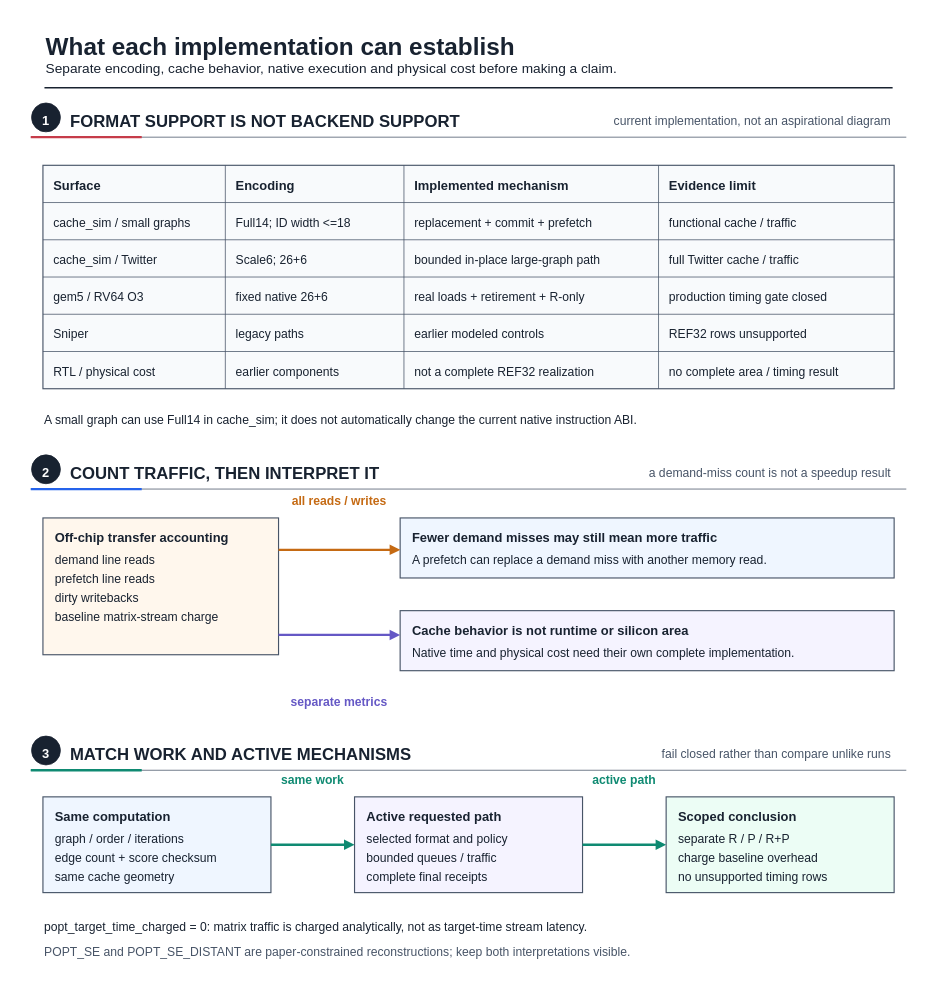
Before: fig/wiki_src/evaluation-methodology/evaluation-methodology-f01-evidence-boundary.drawio in UVA-LavaLab/ECG_GrAPL, a draw.io diagram. Source tidied: cells renumbered, new cells numbered last; positions are measured from the earlier drawing's top-left corner, leaving out a move shared by most shapes. Both pictures are drawn from the tidied source at 76%, with x=0, y=0 at pixel (12, 12).
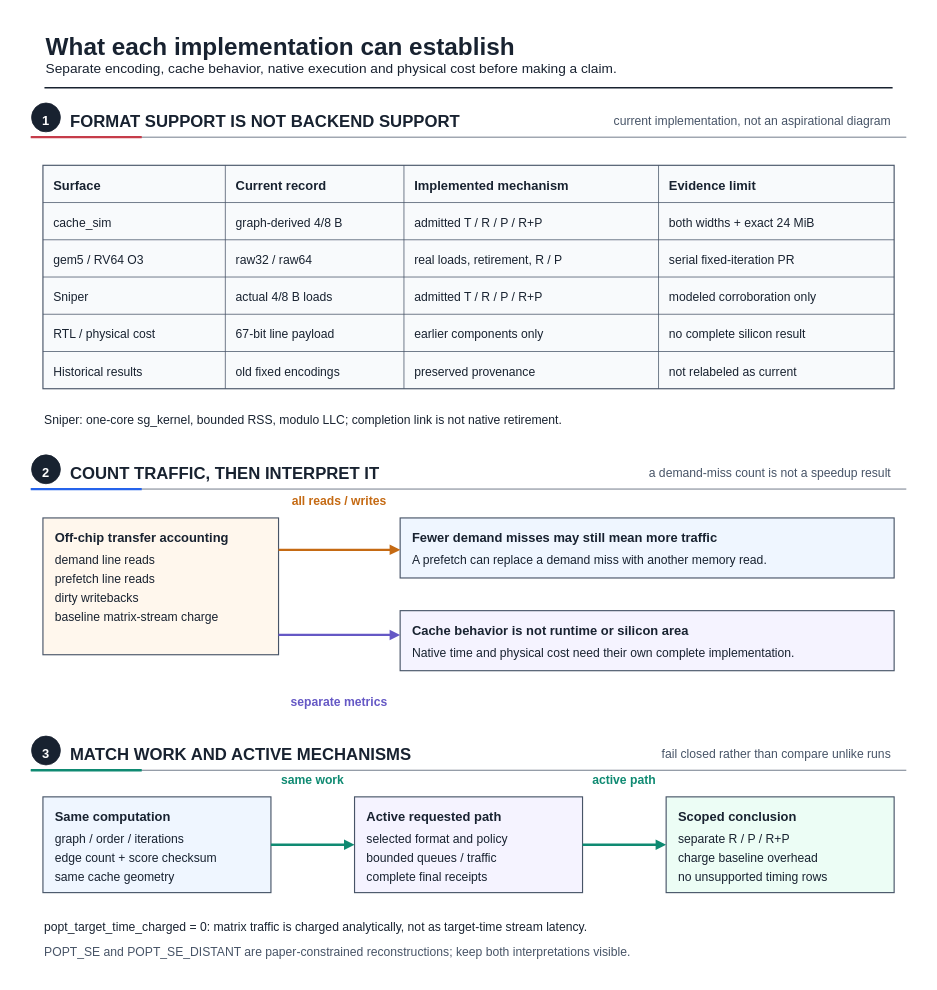
The same diagram, later.

Change to the diagram source:
```diff
@@
-    <mxCell id="19" value="cache_sim / small graphs" style="text;html=0;strokeColor=none;fillColor=none;align=left;verticalAlign=middle;fontFamily=Liberation Sans;fontSize=16;fontColor=#182230;fontStyle=0;" parent="1" vertex="1">
-      <mxGeometry x="52" y="264.2" width="203.5" height="22.4" as="geometry" />
+    <mxCell id="19" value="cache_sim" style="text;html=0;strokeColor=none;fillColor=none;align=left;verticalAlign=middle;fontFamily=Liberation Sans;fontSize=16;fontColor=#182230;fontStyle=0;" parent="1" vertex="1">
+      <mxGeometry x="52" y="264.2" width="76.3" height="22.4" as="geometry" />
     </mxCell>
-    <mxCell id="20" value="cache_sim / Twitter" style="text;html=0;strokeColor=none;fillColor=none;align=left;verticalAlign=middle;fontFamily=Liberation Sans;fontSize=16;fontColor=#182230;fontStyle=0;" parent="1" vertex="1">
-      <mxGeometry x="52" y="313.2" width="161.1" height="22.4" as="geometry" />
+    <mxCell id="20" value="gem5 / RV64 O3" style="text;html=0;strokeColor=none;fillColor=none;align=left;verticalAlign=middle;fontFamily=Liberation Sans;fontSize=16;fontColor=#182230;fontStyle=0;" parent="1" vertex="1">
+      <mxGeometry x="52" y="313.2" width="118.7" height="22.4" as="geometry" />
     </mxCell>
-    <mxCell id="21" value="gem5 / RV64 O3" style="text;html=0;strokeColor=none;fillColor=none;align=left;verticalAlign=middle;fontFamily=Liberation Sans;fontSize=16;fontColor=#182230;fontStyle=0;" parent="1" vertex="1">
-      <mxGeometry x="52" y="362.2" width="118.7" height="22.4" as="geometry" />
+    <mxCell id="21" value="Sniper" style="text;html=0;strokeColor=none;fillColor=none;align=left;verticalAlign=middle;fontFamily=Liberation Sans;fontSize=16;fontColor=#182230;fontStyle=0;" parent="1" vertex="1">
+      <mxGeometry x="52" y="362.2" width="50.9" height="22.4" as="geometry" />
     </mxCell>
-    <mxCell id="22" value="Sniper" style="text;html=0;strokeColor=none;fillColor=none;align=left;verticalAlign=middle;fontFamily=Liberation Sans;fontSize=16;fontColor=#182230;fontStyle=0;" parent="1" vertex="1">
-      <mxGeometry x="52" y="411.2" width="50.9" height="22.4" as="geometry" />
+    <mxCell id="22" value="RTL / physical cost" style="text;html=0;strokeColor=none;fillColor=none;align=left;verticalAlign=middle;fontFamily=Liberation Sans;fontSize=16;fontColor=#182230;fontStyle=0;" parent="1" vertex="1">
+      <mxGeometry x="52" y="411.2" width="161.1" height="22.4" as="geometry" />
     </mxCell>
-    <mxCell id="23" value="RTL / physical cost" style="text;html=0;strokeColor=none;fillColor=none;align=left;verticalAlign=middle;fontFamily=Liberation Sans;fontSize=16;fontColor=#182230;fontStyle=0;" parent="1" vertex="1">
-      <mxGeometry x="52" y="460.2" width="161.1" height="22.4" as="geometry" />
+    <mxCell id="23" value="Historical results" style="text;html=0;strokeColor=none;fillColor=none;align=left;verticalAlign=middle;fontFamily=Liberation Sans;fontSize=16;fontColor=#182230;fontStyle=0;" parent="1" vertex="1">
+      <mxGeometry x="52" y="460.2" width="152.6" height="22.4" as="geometry" />
     </mxCell>
@@
-    <mxCell id="25" value="Encoding" style="text;html=0;strokeColor=none;fillColor=none;align=left;verticalAlign=middle;fontFamily=Liberation Sans;fontSize=17;fontColor=#182230;fontStyle=1;" parent="1" vertex="1">
-      <mxGeometry x="292" y="214.4" width="77.5" height="23.8" as="geometry" />
+    <mxCell id="25" value="Current record" style="text;html=0;strokeColor=none;fillColor=none;align=left;verticalAlign=middle;fontFamily=Liberation Sans;fontSize=17;fontColor=#182230;fontStyle=1;" parent="1" vertex="1">
+      <mxGeometry x="292" y="214.4" width="135.7" height="23.8" as="geometry" />
     </mxCell>
-    <mxCell id="26" value="Full14; ID width &lt;=18" style="text;html=0;strokeColor=none;fillColor=none;align=left;verticalAlign=middle;fontFamily=Liberation Sans;fontSize=16;fontColor=#182230;fontStyle=0;" parent="1" vertex="1">
-      <mxGeometry x="292" y="264.2" width="178.1" height="22.4" as="geometry" />
+    <mxCell id="26" value="graph-derived 4/8 B" style="text;html=0;strokeColor=none;fillColor=none;align=left;verticalAlign=middle;fontFamily=Liberation Sans;fontSize=16;fontColor=#182230;fontStyle=0;" parent="1" vertex="1">
+      <mxGeometry x="292" y="264.2" width="161.1" height="22.4" as="geometry" />
     </mxCell>
-    <mxCell id="27" value="Scale6; 26+6" style="text;html=0;strokeColor=none;fillColor=none;align=left;verticalAlign=middle;fontFamily=Liberation Sans;fontSize=16;fontColor=#182230;fontStyle=0;" parent="1" vertex="1">
-      <mxGeometry x="292" y="313.2" width="101.8" height="22.4" as="geometry" />
+    <mxCell id="27" value="raw32 / raw64" style="text;html=0;strokeColor=none;fillColor=none;align=left;verticalAlign=middle;fontFamily=Liberation Sans;fontSize=16;fontColor=#182230;fontStyle=0;" parent="1" vertex="1">
+      <mxGeometry x="292" y="313.2" width="110.2" height="22.4" as="geometry" />
     </mxCell>
-    <mxCell id="28" value="fixed native 26+6" style="text;html=0;strokeColor=none;fillColor=none;align=left;verticalAlign=middle;fontFamily=Liberation Sans;fontSize=16;fontColor=#182230;fontStyle=0;" parent="1" vertex="1">
-      <mxGeometry x="292" y="362.2" width="144.2" height="22.4" as="geometry" />
+    <mxCell id="28" value="actual 4/8 B loads" style="text;html=0;strokeColor=none;fillColor=none;align=left;verticalAlign=middle;fontFamily=Liberation Sans;fontSize=16;fontColor=#182230;fontStyle=0;" parent="1" vertex="1">
+      <mxGeometry x="292" y="362.2" width="152.6" height="22.4" as="geometry" />
     </mxCell>
-    <mxCell id="29" value="legacy paths" style="text;html=0;strokeColor=none;fillColor=none;align=left;verticalAlign=middle;fontFamily=Liberation Sans;fontSize=16;fontColor=#182230;fontStyle=0;" parent="1" vertex="1">
-      <mxGeometry x="292" y="411.2" width="101.8" height="22.4" as="geometry" />
+    <mxCell id="29" value="67-bit line payload" style="text;html=0;strokeColor=none;fillColor=none;align=left;verticalAlign=middle;fontFamily=Liberation Sans;fontSize=16;fontColor=#182230;fontStyle=0;" parent="1" vertex="1">
+      <mxGeometry x="292" y="411.2" width="161.1" height="22.4" as="geometry" />
     </mxCell>
-    <mxCell id="30" value="earlier components" style="text;html=0;strokeColor=none;fillColor=none;align=left;verticalAlign=middle;fontFamily=Liberation Sans;fontSize=16;fontColor=#182230;fontStyle=0;" parent="1" vertex="1">
-      <mxGeometry x="292" y="460.2" width="152.6" height="22.4" as="geometry" />
+    <mxCell id="30" value="old fixed encodings" style="text;html=0;strokeColor=none;fillColor=none;align=left;verticalAlign=middle;fontFamily=Liberation Sans;fontSize=16;fontColor=#182230;fontStyle=0;" parent="1" vertex="1">
+      <mxGeometry x="292" y="460.2" width="161.1" height="22.4" as="geometry" />
     </mxCell>
@@
-    <mxCell id="33" value="replacement + commit + prefetch" style="text;html=0;strokeColor=none;fillColor=none;align=left;verticalAlign=middle;fontFamily=Liberation Sans;fontSize=16;fontColor=#182230;fontStyle=0;" parent="1" vertex="1">
-      <mxGeometry x="527" y="264.2" width="262.9" height="22.4" as="geometry" />
+    <mxCell id="33" value="admitted T / R / P / R+P" style="text;html=0;strokeColor=none;fillColor=none;align=left;verticalAlign=middle;fontFamily=Liberation Sans;fontSize=16;fontColor=#182230;fontStyle=0;" parent="1" vertex="1">
+      <mxGeometry x="527" y="264.2" width="203.5" height="22.4" as="geometry" />
     </mxCell>
-    <mxCell id="34" value="bounded in-place large-graph path" style="text;html=0;strokeColor=none;fillColor=none;align=left;verticalAlign=middle;fontFamily=Liberation Sans;fontSize=16;fontColor=#182230;fontStyle=0;" parent="1" vertex="1">
-      <mxGeometry x="527" y="313.2" width="279.8" height="22.4" as="geometry" />
+    <mxCell id="34" value="real loads, retirement, R / P" style="text;html=0;strokeColor=none;fillColor=none;align=left;verticalAlign=middle;fontFamily=Liberation Sans;fontSize=16;fontColor=#182230;fontStyle=0;" parent="1" vertex="1">
+      <mxGeometry x="527" y="313.2" width="245.9" height="22.4" as="geometry" />
     </mxCell>
-    <mxCell id="35" value="real loads + retirement + R-only" style="text;html=0;strokeColor=none;fillColor=none;align=left;verticalAlign=middle;fontFamily=Liberation Sans;fontSize=16;fontColor=#182230;fontStyle=0;" parent="1" vertex="1">
-      <mxGeometry x="527" y="362.2" width="271.4" height="22.4" as="geometry" />
+    <mxCell id="35" value="admitted T / R / P / R+P" style="text;html=0;strokeColor=none;fillColor=none;align=left;verticalAlign=middle;fontFamily=Liberation Sans;fontSize=16;fontColor=#182230;fontStyle=0;" parent="1" vertex="1">
+      <mxGeometry x="527" y="362.2" width="203.5" height="22.4" as="geometry" />
     </mxCell>
-    <mxCell id="36" value="earlier modeled controls" style="text;html=0;strokeColor=none;fillColor=none;align=left;verticalAlign=middle;fontFamily=Liberation Sans;fontSize=16;fontColor=#182230;fontStyle=0;" parent="1" vertex="1">
-      <mxGeometry x="527" y="411.2" width="203.5" height="22.4" as="geometry" />
+    <mxCell id="36" value="earlier components only" style="text;html=0;strokeColor=none;fillColor=none;align=left;verticalAlign=middle;fontFamily=Liberation Sans;fontSize=16;fontColor=#182230;fontStyle=0;" parent="1" vertex="1">
+      <mxGeometry x="527" y="411.2" width="195" height="22.4" as="geometry" />
     </mxCell>
-    <mxCell id="37" value="not a complete REF32 realization" style="text;html=0;strokeColor=none;fillColor=none;align=left;verticalAlign=middle;fontFamily=Liberation Sans;fontSize=16;fontColor=#182230;fontStyle=0;" parent="1" vertex="1">
-      <mxGeometry x="527" y="460.2" width="271.4" height="22.4" as="geometry" />
+    <mxCell id="37" value="preserved provenance" style="text;html=0;strokeColor=none;fillColor=none;align=left;verticalAlign=middle;fontFamily=Liberation Sans;fontSize=16;fontColor=#182230;fontStyle=0;" parent="1" vertex="1">
+      <mxGeometry x="527" y="460.2" width="169.6" height="22.4" as="geometry" />
     </mxCell>
@@
-    <mxCell id="40" value="functional cache / traffic" style="text;html=0;strokeColor=none;fillColor=none;align=left;verticalAlign=middle;fontFamily=Liberation Sans;fontSize=16;fontColor=#182230;fontStyle=0;" parent="1" vertex="1">
+    <mxCell id="40" value="both widths + exact 24 MiB" style="text;html=0;strokeColor=none;fillColor=none;align=left;verticalAlign=middle;fontFamily=Liberation Sans;fontSize=16;fontColor=#182230;fontStyle=0;" parent="1" vertex="1">
       <mxGeometry x="862" y="264.2" width="220.5" height="22.4" as="geometry" />
     </mxCell>
-    <mxCell id="41" value="full Twitter cache / traffic" style="text;html=0;strokeColor=none;fillColor=none;align=left;verticalAlign=middle;fontFamily=Liberation Sans;fontSize=16;fontColor=#182230;fontStyle=0;" parent="1" vertex="1">
-      <mxGeometry x="862" y="313.2" width="237.4" height="22.4" as="geometry" />
+    <mxCell id="41" value="serial fixed-iteration PR" style="text;html=0;strokeColor=none;fillColor=none;align=left;verticalAlign=middle;fontFamily=Liberation Sans;fontSize=16;fontColor=#182230;fontStyle=0;" parent="1" vertex="1">
+      <mxGeometry x="862" y="313.2" width="212" height="22.4" as="geometry" />
     </mxCell>
-    <mxCell id="42" value="production timing gate closed" style="text;html=0;strokeColor=none;fillColor=none;align=left;verticalAlign=middle;fontFamily=Liberation Sans;fontSize=16;fontColor=#182230;fontStyle=0;" parent="1" vertex="1">
-      <mxGeometry x="862" y="362.2" width="245.9" height="22.4" as="geometry" />
+    <mxCell id="42" value="modeled corroboration only" style="text;html=0;strokeColor=none;fillColor=none;align=left;verticalAlign=middle;fontFamily=Liberation Sans;fontSize=16;fontColor=#182230;fontStyle=0;" parent="1" vertex="1">
+      <mxGeometry x="862" y="362.2" width="220.5" height="22.4" as="geometry" />
     </mxCell>
-    <mxCell id="43" value="REF32 rows unsupported" style="text;html=0;strokeColor=none;fillColor=none;align=left;verticalAlign=middle;fontFamily=Liberation Sans;fontSize=16;fontColor=#182230;fontStyle=0;" parent="1" vertex="1">
-      <mxGeometry x="862" y="411.2" width="186.6" height="22.4" as="geometry" />
+    <mxCell id="43" value="no complete silicon result" style="text;html=0;strokeColor=none;fillColor=none;align=left;verticalAlign=middle;fontFamily=Liberation Sans;fontSize=16;fontColor=#182230;fontStyle=0;" parent="1" vertex="1">
+      <mxGeometry x="862" y="411.2" width="220.5" height="22.4" as="geometry" />
     </mxCell>
-    <mxCell id="44" value="no complete area / timing result" style="text;html=0;strokeColor=none;fillColor=none;align=left;verticalAlign=middle;fontFamily=Liberation Sans;fontSize=16;fontColor=#182230;fontStyle=0;" parent="1" vertex="1">
-      <mxGeometry x="862" y="460.2" width="271.4" height="22.4" as="geometry" />
+    <mxCell id="44" value="not relabeled as current" style="text;html=0;strokeColor=none;fillColor=none;align=left;verticalAlign=middle;fontFamily=Liberation Sans;fontSize=16;fontColor=#182230;fontStyle=0;" parent="1" vertex="1">
+      <mxGeometry x="862" y="460.2" width="203.5" height="22.4" as="geometry" />
     </mxCell>
-    <mxCell id="45" value="A small graph can use Full14 in cache_sim; it does not automatically change the current native instruction ABI." style="text;html=0;strokeColor=none;fillColor=none;align=left;verticalAlign=middle;fontFamily=Liberation Sans;fontSize=16;fontColor=#182230;fontStyle=0;" parent="1" vertex="1">
-      <mxGeometry x="40" y="524.2" width="941.3" height="22.4" as="geometry" />
+    <mxCell id="45" value="Sniper: one-core sg_kernel, bounded RSS, modulo LLC; completion link is not native retirement." style="text;html=0;strokeColor=none;fillColor=none;align=left;verticalAlign=middle;fontFamily=Liberation Sans;fontSize=16;fontColor=#182230;fontStyle=0;" parent="1" vertex="1">
+      <mxGeometry x="40" y="524.2" width="797.1" height="22.4" as="geometry" />
     </mxCell>
```
